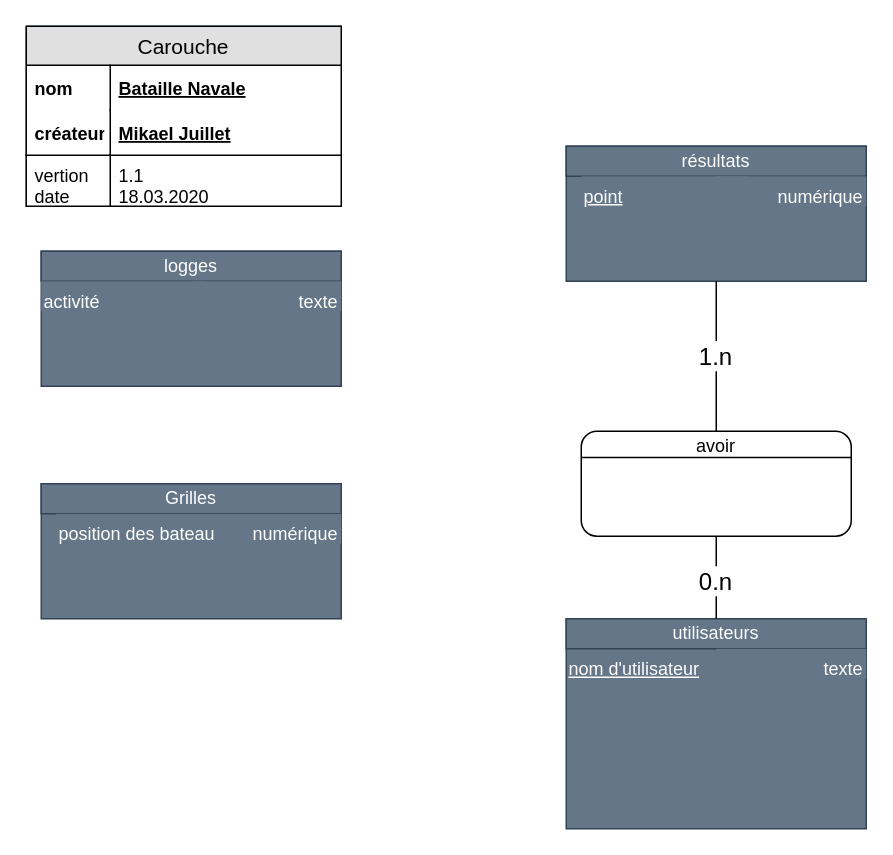
This is doc/use case/MCD/Bataille-Navale_Mikael.Juillet.drawio from Juillet-Meline/Bataille-Navale, a draw.io file, before an edit. Source tidied: cells renumbered, new cells numbered last; positions are measured from the earlier drawing's top-left corner, leaving out a move shared by most shapes. Both pictures are drawn from the tidied source at 150%, with x=0, y=0 at pixel (26, 26).
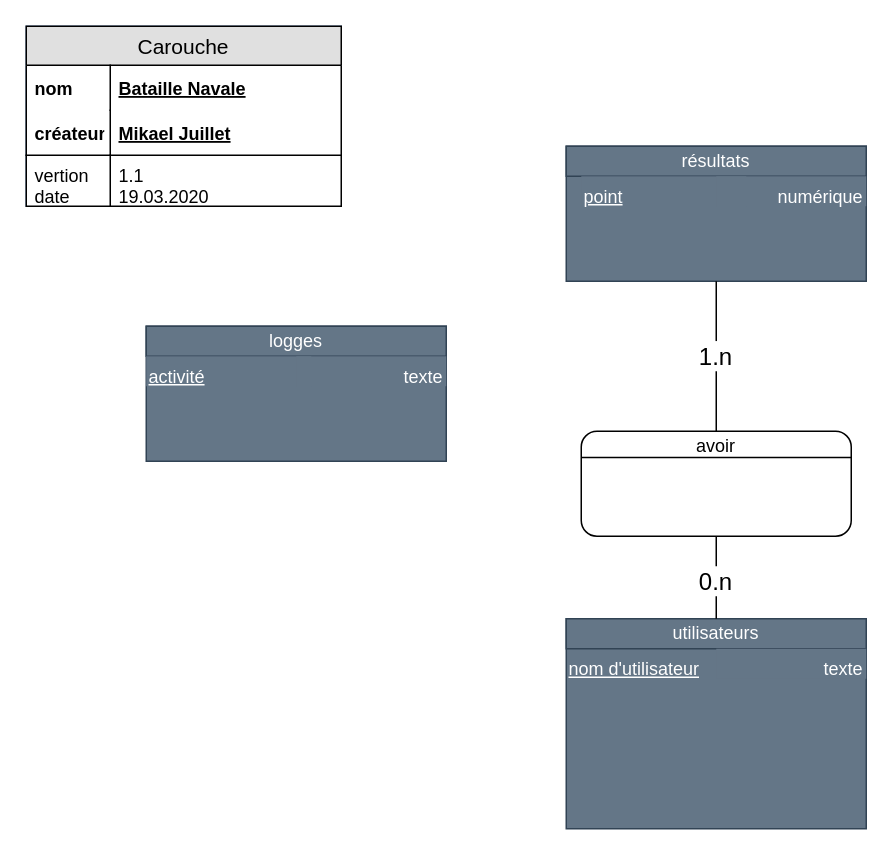
The same diagram, later.

Unchanged cells that the change refers to:
```xml
<mxCell id="17" value="Carouche" style="swimlane;fontStyle=0;horizontal=1;startSize=26;fillColor=#e0e0e0;swimlaneFillColor=#ffffff;align=center;fontSize=14;" parent="16" vertex="1">
  <mxGeometry width="210" height="120" as="geometry" />
</mxCell>
```

What changed in the source:
```diff
@@
-    <mxCell id="22" value="1.1&#10;18.03.2020" style="shape=partialRectangle;top=0;left=0;right=0;bottom=0;align=left;verticalAlign=top;fillColor=none;spacingLeft=60;spacingRight=4;overflow=hidden;fontSize=12;" parent="17" vertex="1">
+    <mxCell id="22" value="1.1&#10;19.03.2020" style="shape=partialRectangle;top=0;left=0;right=0;bottom=0;align=left;verticalAlign=top;fillColor=none;spacingLeft=60;spacingRight=4;overflow=hidden;fontSize=12;" parent="17" vertex="1">
       <mxGeometry y="86" width="210" height="34" as="geometry" />
     </mxCell>
@@
     <mxCell id="29" style="group;fillColor=#647687;strokeColor=none;fontColor=#ffffff;" parent="1" vertex="1">
-      <mxGeometry x="10" y="150" width="200" height="90" as="geometry" />
+      <mxGeometry x="80" y="200" width="200" height="90" as="geometry" />
     </mxCell>
@@
-    <mxCell id="32" value="activité" style="text;html=1;strokeColor=none;fillColor=#647687;align=left;verticalAlign=top;whiteSpace=wrap;rounded=0;fontColor=#ffffff;" parent="29" vertex="1">
+    <mxCell id="32" value="&lt;u&gt;activité&lt;/u&gt;" style="text;html=1;strokeColor=none;fillColor=#647687;align=left;verticalAlign=top;whiteSpace=wrap;rounded=0;fontColor=#ffffff;" parent="29" vertex="1">
       <mxGeometry y="20" width="110" height="20" as="geometry" />
     </mxCell>
@@
-    <mxCell id="34" style="group;fillColor=#647687;strokeColor=none;fontColor=#ffffff;" parent="1" vertex="1">
-      <mxGeometry x="10" y="305" width="200" height="90" as="geometry" />
-    </mxCell>
-    <mxCell id="35" value="&lt;div style=&quot;box-sizing: border-box ; width: 100% ; padding: 2px&quot;&gt;&lt;br&gt;&lt;/div&gt;" style="verticalAlign=top;align=center;overflow=fill;html=1;rounded=0;shadow=0;comic=0;labelBackgroundColor=none;strokeColor=#314354;strokeWidth=1;fillColor=#647687;fontFamily=Verdana;fontSize=12;fontColor=#ffffff;" parent="34" vertex="1">
-      <mxGeometry width="200" height="90" as="geometry" />
-    </mxCell>
-    <mxCell id="36" value="Grilles" style="rounded=0;whiteSpace=wrap;html=1;fillColor=#647687;strokeColor=#314354;fontColor=#ffffff;" parent="34" vertex="1">
-      <mxGeometry width="200" height="20" as="geometry" />
-    </mxCell>
-    <mxCell id="37" value="position des bateau&amp;nbsp;" style="text;html=1;strokeColor=none;fillColor=#647687;align=left;verticalAlign=top;whiteSpace=wrap;rounded=0;fontColor=#ffffff;" parent="34" vertex="1">
-      <mxGeometry x="10" y="20" width="130" height="20" as="geometry" />
-    </mxCell>
-    <mxCell id="38" value="numérique" style="text;html=1;strokeColor=none;fillColor=#647687;align=right;verticalAlign=top;whiteSpace=wrap;rounded=0;fontColor=#ffffff;" parent="34" vertex="1">
-      <mxGeometry x="140" y="20" width="60" height="20" as="geometry" />
-    </mxCell>
```
